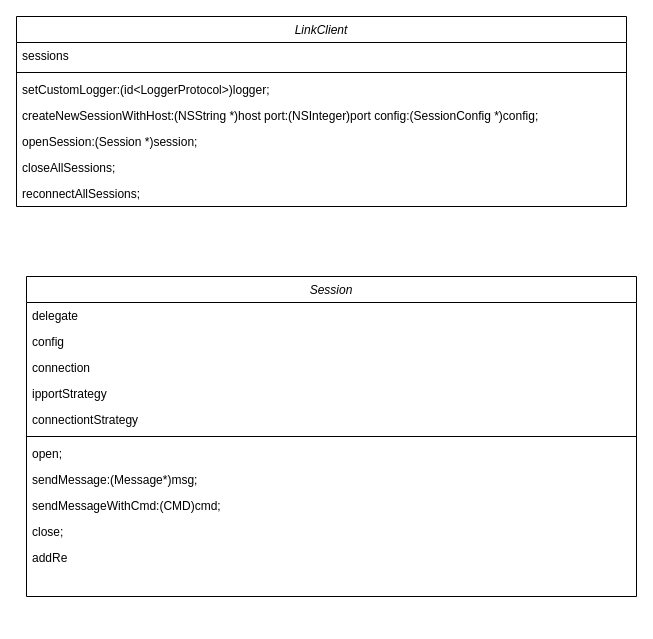
This is Untitled Diagram.drawio from KyriosArk/mars, a draw.io file, before an edit. Source tidied: cells renumbered, new cells numbered last; positions are measured from the earlier drawing's top-left corner, leaving out a move shared by most shapes. Both pictures are drawn from the tidied source at 100%, with x=0, y=0 at pixel (16, 16).
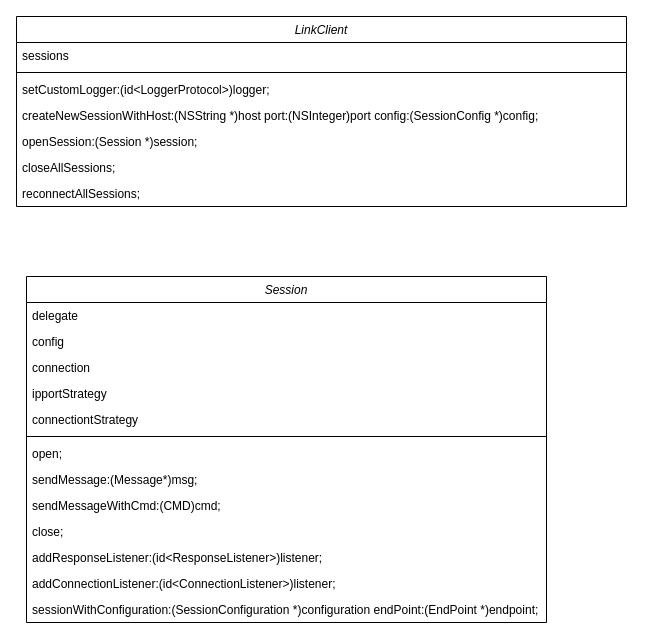
After the change.

The edit, as a diff of the source:
```diff
@@
     <mxCell id="10" value="Session" style="swimlane;fontStyle=2;align=center;verticalAlign=top;horizontal=1;startSize=26;rounded=0;shadow=0;strokeWidth=1;" parent="1" vertex="1">
-      <mxGeometry x="10" y="260" width="610" height="320" as="geometry" />
+      <mxGeometry x="10" y="260" width="520" height="346" as="geometry" />
     </mxCell>
     <mxCell id="11" value="delegate" style="text;align=left;verticalAlign=top;spacingLeft=4;spacingRight=4;overflow=hidden;" parent="10" vertex="1">
-      <mxGeometry y="26" width="610" height="26" as="geometry" />
+      <mxGeometry y="26" width="520" height="26" as="geometry" />
     </mxCell>
     <mxCell id="12" value="config" style="text;align=left;verticalAlign=top;spacingLeft=4;spacingRight=4;overflow=hidden;" parent="10" vertex="1">
-      <mxGeometry y="52" width="610" height="26" as="geometry" />
+      <mxGeometry y="52" width="520" height="26" as="geometry" />
     </mxCell>
     <mxCell id="13" value="connection" style="text;align=left;verticalAlign=top;spacingLeft=4;spacingRight=4;overflow=hidden;" parent="10" vertex="1">
-      <mxGeometry y="78" width="610" height="26" as="geometry" />
+      <mxGeometry y="78" width="520" height="26" as="geometry" />
     </mxCell>
     <mxCell id="14" value="ipportStrategy" style="text;align=left;verticalAlign=top;spacingLeft=4;spacingRight=4;overflow=hidden;" parent="10" vertex="1">
-      <mxGeometry y="104" width="610" height="26" as="geometry" />
+      <mxGeometry y="104" width="520" height="26" as="geometry" />
     </mxCell>
     <mxCell id="15" value="connectiontStrategy" style="text;align=left;verticalAlign=top;spacingLeft=4;spacingRight=4;overflow=hidden;" parent="10" vertex="1">
-      <mxGeometry y="130" width="610" height="26" as="geometry" />
+      <mxGeometry y="130" width="520" height="26" as="geometry" />
     </mxCell>
     <mxCell id="16" style="line;html=1;strokeWidth=1;align=left;verticalAlign=middle;spacingTop=-1;spacingLeft=3;spacingRight=3;labelPosition=right;" parent="10" vertex="1">
-      <mxGeometry y="156" width="610" height="8" as="geometry" />
+      <mxGeometry y="156" width="520" height="8" as="geometry" />
     </mxCell>
     <mxCell id="17" value="open;" style="text;align=left;verticalAlign=top;spacingLeft=4;spacingRight=4;overflow=hidden;rounded=0;shadow=0;html=0;" parent="10" vertex="1">
-      <mxGeometry y="164" width="610" height="26" as="geometry" />
+      <mxGeometry y="164" width="520" height="26" as="geometry" />
     </mxCell>
     <mxCell id="18" value="sendMessage:(Message*)msg;" style="text;align=left;verticalAlign=top;spacingLeft=4;spacingRight=4;overflow=hidden;rounded=0;shadow=0;html=0;" parent="10" vertex="1">
-      <mxGeometry y="190" width="610" height="26" as="geometry" />
+      <mxGeometry y="190" width="520" height="26" as="geometry" />
     </mxCell>
     <mxCell id="19" value="sendMessageWithCmd:(CMD)cmd;" style="text;align=left;verticalAlign=top;spacingLeft=4;spacingRight=4;overflow=hidden;" parent="10" vertex="1">
-      <mxGeometry y="216" width="610" height="26" as="geometry" />
+      <mxGeometry y="216" width="520" height="26" as="geometry" />
     </mxCell>
     <mxCell id="20" value="close;" style="text;align=left;verticalAlign=top;spacingLeft=4;spacingRight=4;overflow=hidden;" parent="10" vertex="1">
-      <mxGeometry y="242" width="610" height="26" as="geometry" />
+      <mxGeometry y="242" width="520" height="26" as="geometry" />
     </mxCell>
-    <mxCell id="21" value="addRe" style="text;align=left;verticalAlign=top;spacingLeft=4;spacingRight=4;overflow=hidden;" parent="10" vertex="1">
-      <mxGeometry y="268" width="610" height="26" as="geometry" />
+    <mxCell id="21" value="addResponseListener:(id&lt;ResponseListener&gt;)listener;" style="text;align=left;verticalAlign=top;spacingLeft=4;spacingRight=4;overflow=hidden;" parent="10" vertex="1">
+      <mxGeometry y="268" width="520" height="26" as="geometry" />
     </mxCell>
+    <mxCell id="22" value="addConnectionListener:(id&lt;ConnectionListener&gt;)listener;" style="text;align=left;verticalAlign=top;spacingLeft=4;spacingRight=4;overflow=hidden;" parent="10" vertex="1">
+      <mxGeometry y="294" width="520" height="26" as="geometry" />
+    </mxCell>
+    <mxCell id="23" value="sessionWithConfiguration:(SessionConfiguration *)configuration endPoint:(EndPoint *)endpoint;" style="text;align=left;verticalAlign=top;spacingLeft=4;spacingRight=4;overflow=hidden;" parent="10" vertex="1">
+      <mxGeometry y="320" width="520" height="26" as="geometry" />
+    </mxCell>
```
